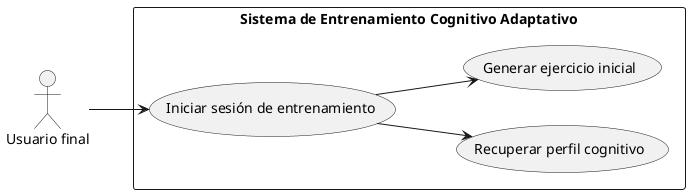
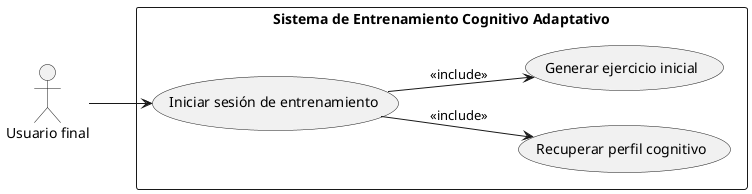
@startuml
left to right direction

actor "Usuario final" as Usuario

rectangle "Sistema de Entrenamiento Cognitivo Adaptativo" {

  usecase "Iniciar sesión de entrenamiento" as CU1
  usecase "Recuperar perfil cognitivo" as UC1
  usecase "Generar ejercicio inicial" as UC2

-   CU1 --> UC1
-   CU1 --> UC2
+   CU1 --> UC1 : <<include>>
+   CU1 --> UC2 : <<include>>
}

Usuario --> CU1

@enduml